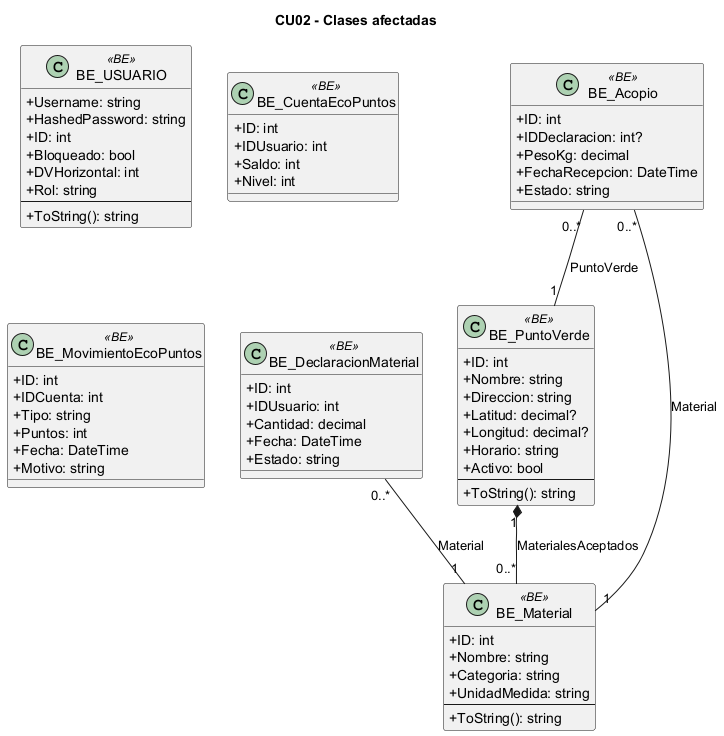
Before: docs/diagramas/uml_png/cu__CU02_clases.png, a diagram exported from PlantUML (L-Muniz/uai-diploma_2026). Source of this version:
```plantuml
@startuml
skinparam classAttributeIconSize 0
title CU02 - Clases afectadas
class "BE_USUARIO" as BE_USUARIO <<BE>> {
  +Username: string
  +HashedPassword: string
  +ID: int
  +Bloqueado: bool
  +DVHorizontal: int
  +Rol: string
  --
  +ToString(): string
}
class "BE_DeclaracionMaterial" as BE_DeclaracionMaterial <<BE>> {
  +ID: int
  +IDUsuario: int
  +Cantidad: decimal
  +Fecha: DateTime
  +Estado: string
}
class "BE_Acopio" as BE_Acopio <<BE>> {
  +ID: int
  +IDDeclaracion: int?
  +PesoKg: decimal
  +FechaRecepcion: DateTime
  +Estado: string
}
class "BE_PuntoVerde" as BE_PuntoVerde <<BE>> {
  +ID: int
  +Nombre: string
  +Direccion: string
  +Latitud: decimal?
  +Longitud: decimal?
  +Horario: string
  +Activo: bool
  --
  +ToString(): string
}
class "BE_Material" as BE_Material <<BE>> {
  +ID: int
  +Nombre: string
  +Categoria: string
  +UnidadMedida: string
  --
  +ToString(): string
}
class "BE_CuentaEcoPuntos" as BE_CuentaEcoPuntos <<BE>> {
  +ID: int
  +IDUsuario: int
  +Saldo: int
  +Nivel: int
}
class "BE_MovimientoEcoPuntos" as BE_MovimientoEcoPuntos <<BE>> {
  +ID: int
  +IDCuenta: int
  +Tipo: string
  +Puntos: int
  +Fecha: DateTime
  +Motivo: string
}
BE_DeclaracionMaterial "0..*" -- "1" BE_Material : Material
BE_Acopio "0..*" -- "1" BE_PuntoVerde : PuntoVerde
BE_Acopio "0..*" -- "1" BE_Material : Material
BE_PuntoVerde "1" *-- "0..*" BE_Material : MaterialesAceptados
@enduml
```
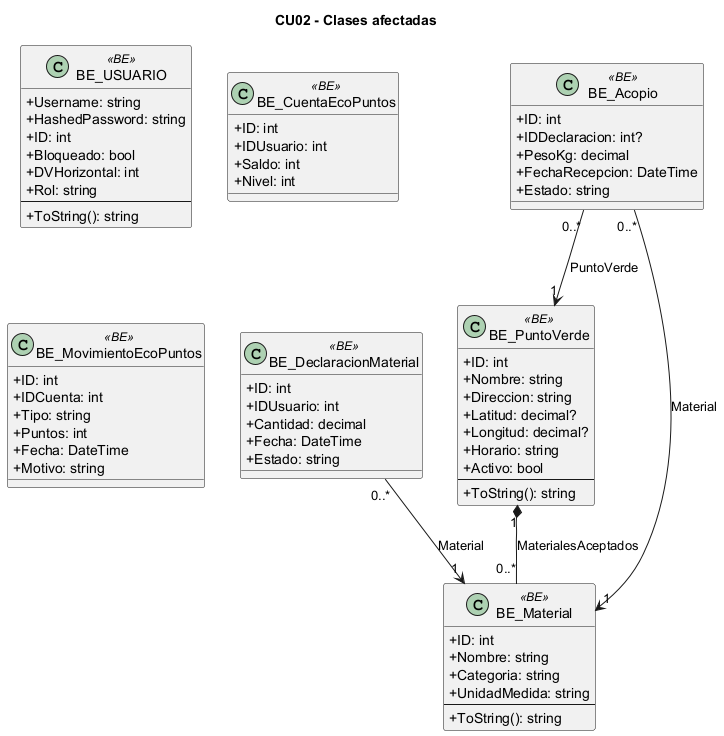
After the commit.

Change to the diagram source:
```diff
@@ -58,8 +58,8 @@
   +Fecha: DateTime
   +Motivo: string
 }
-BE_DeclaracionMaterial "0..*" -- "1" BE_Material : Material
-BE_Acopio "0..*" -- "1" BE_PuntoVerde : PuntoVerde
-BE_Acopio "0..*" -- "1" BE_Material : Material
+BE_DeclaracionMaterial "0..*" --> "1" BE_Material : Material
+BE_Acopio "0..*" --> "1" BE_PuntoVerde : PuntoVerde
+BE_Acopio "0..*" --> "1" BE_Material : Material
 BE_PuntoVerde "1" *-- "0..*" BE_Material : MaterialesAceptados
 @enduml
```
